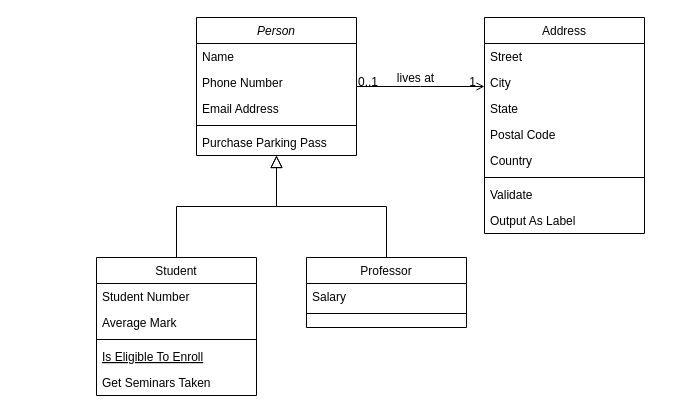
This is unq-po2-TemplateMethod-sueldosRecargados.drawio from nhubczyk/Diagramas-UML, a draw.io file, before an edit. Source tidied: cells renumbered, new cells numbered last; positions are measured from the earlier drawing's top-left corner, leaving out a move shared by most shapes. Both pictures are drawn from the tidied source at 100%, with x=0, y=0 at pixel (96, 17).
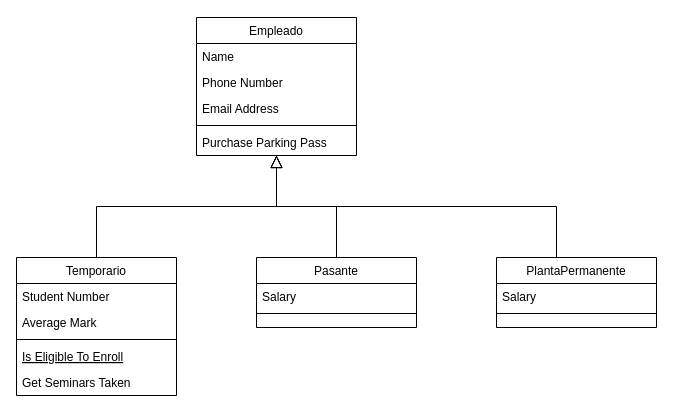
The same diagram, later.

Diff of the diagram source:
```diff
@@
-    <mxCell id="2" value="Person" style="swimlane;fontStyle=2;align=center;verticalAlign=top;horizontal=1;startSize=26;rounded=0;shadow=0;strokeWidth=1;" parent="1" vertex="1">
+    <mxCell id="2" value="Empleado" style="swimlane;fontStyle=0;align=center;verticalAlign=top;horizontal=1;startSize=26;rounded=0;shadow=0;strokeWidth=1;" parent="1" vertex="1">
       <mxGeometry x="100" width="160" height="138" as="geometry" />
     </mxCell>
@@
-    <mxCell id="8" value="Student" style="swimlane;fontStyle=0;align=center;verticalAlign=top;horizontal=1;startSize=26;rounded=0;shadow=0;strokeWidth=1;" parent="1" vertex="1">
-      <mxGeometry y="240" width="160" height="138" as="geometry" />
+    <mxCell id="8" value="Temporario" style="swimlane;fontStyle=0;align=center;verticalAlign=top;horizontal=1;startSize=26;rounded=0;shadow=0;strokeWidth=1;" parent="1" vertex="1">
+      <mxGeometry x="-80" y="240" width="160" height="138" as="geometry" />
     </mxCell>
@@
-    <mxCell id="15" value="Professor" style="swimlane;fontStyle=0;align=center;verticalAlign=top;horizontal=1;startSize=26;rounded=0;shadow=0;strokeWidth=1;" parent="1" vertex="1">
-      <mxGeometry x="210" y="240" width="160" height="70" as="geometry" />
+    <mxCell id="15" value="Pasante" style="swimlane;fontStyle=0;align=center;verticalAlign=top;horizontal=1;startSize=26;rounded=0;shadow=0;strokeWidth=1;" parent="1" vertex="1">
+      <mxGeometry x="160" y="240" width="160" height="70" as="geometry" />
     </mxCell>
@@
-    <mxCell id="19" value="Address" style="swimlane;fontStyle=0;align=center;verticalAlign=top;horizontal=1;startSize=26;rounded=0;shadow=0;strokeWidth=1;" parent="1" vertex="1">
-      <mxGeometry x="388" width="160" height="216" as="geometry" />
-    </mxCell>
-    <mxCell id="20" value="Street" style="text;align=left;verticalAlign=top;spacingLeft=4;spacingRight=4;overflow=hidden;" parent="19" vertex="1">
-      <mxGeometry y="26" width="160" height="26" as="geometry" />
-    </mxCell>
-    <mxCell id="21" value="City" style="text;align=left;verticalAlign=top;spacingLeft=4;spacingRight=4;overflow=hidden;rounded=0;shadow=0;html=0;" parent="19" vertex="1">
-      <mxGeometry y="52" width="160" height="26" as="geometry" />
-    </mxCell>
-    <mxCell id="22" value="State" style="text;align=left;verticalAlign=top;spacingLeft=4;spacingRight=4;overflow=hidden;rounded=0;shadow=0;html=0;" parent="19" vertex="1">
-      <mxGeometry y="78" width="160" height="26" as="geometry" />
-    </mxCell>
-    <mxCell id="23" value="Postal Code" style="text;align=left;verticalAlign=top;spacingLeft=4;spacingRight=4;overflow=hidden;rounded=0;shadow=0;html=0;" parent="19" vertex="1">
-      <mxGeometry y="104" width="160" height="26" as="geometry" />
-    </mxCell>
-    <mxCell id="24" value="Country" style="text;align=left;verticalAlign=top;spacingLeft=4;spacingRight=4;overflow=hidden;rounded=0;shadow=0;html=0;" parent="19" vertex="1">
-      <mxGeometry y="130" width="160" height="26" as="geometry" />
-    </mxCell>
-    <mxCell id="25" style="line;html=1;strokeWidth=1;align=left;verticalAlign=middle;spacingTop=-1;spacingLeft=3;spacingRight=3;labelPosition=right;" parent="19" vertex="1">
-      <mxGeometry y="156" width="160" height="8" as="geometry" />
-    </mxCell>
-    <mxCell id="26" value="Validate" style="text;align=left;verticalAlign=top;spacingLeft=4;spacingRight=4;overflow=hidden;" parent="19" vertex="1">
-      <mxGeometry y="164" width="160" height="26" as="geometry" />
-    </mxCell>
-    <mxCell id="27" value="Output As Label" style="text;align=left;verticalAlign=top;spacingLeft=4;spacingRight=4;overflow=hidden;" parent="19" vertex="1">
-      <mxGeometry y="190" width="160" height="26" as="geometry" />
-    </mxCell>
-    <mxCell id="28" style="endArrow=open;shadow=0;strokeWidth=1;rounded=0;endFill=1;edgeStyle=elbowEdgeStyle;elbow=vertical;" parent="1" edge="1" source="2" target="19">
-      <mxGeometry x="0.5" y="41" relative="1" as="geometry">
-        <mxPoint x="-40" y="32" as="offset" />
-      </mxGeometry>
-    </mxCell>
-    <mxCell id="29" value="0..1" style="align=left;verticalAlign=bottom;labelBackgroundColor=none;fontSize=12;" parent="28" vertex="1">
-      <mxGeometry x="-1" relative="1" as="geometry">
-        <mxPoint y="4" as="offset" />
-      </mxGeometry>
-    </mxCell>
-    <mxCell id="30" value="1" style="align=right;verticalAlign=bottom;labelBackgroundColor=none;fontSize=12;" parent="28" vertex="1">
-      <mxGeometry x="1" relative="1" as="geometry">
-        <mxPoint x="-7" y="4" as="offset" />
-      </mxGeometry>
-    </mxCell>
-    <mxCell id="31" value="lives at" style="text;html=1;align=center;verticalAlign=middle;labelBackgroundColor=none;rounded=0;shadow=0;strokeWidth=1;fontSize=12;" parent="28" vertex="1">
-      <mxGeometry x="0.5" y="49" relative="1" as="geometry">
-        <mxPoint x="-38" y="40" as="offset" />
-      </mxGeometry>
-    </mxCell>
+    <mxCell id="32" value="PlantaPermanente" style="swimlane;fontStyle=0;align=center;verticalAlign=top;horizontal=1;startSize=26;rounded=0;shadow=0;strokeWidth=1;" parent="1" vertex="1">
+      <mxGeometry x="400" y="240" width="160" height="70" as="geometry" />
+    </mxCell>
+    <mxCell id="33" value="Salary" style="text;align=left;verticalAlign=top;spacingLeft=4;spacingRight=4;overflow=hidden;" parent="32" vertex="1">
+      <mxGeometry y="26" width="160" height="26" as="geometry" />
+    </mxCell>
+    <mxCell id="34" style="line;html=1;strokeWidth=1;align=left;verticalAlign=middle;spacingTop=-1;spacingLeft=3;spacingRight=3;labelPosition=right;" parent="32" vertex="1">
+      <mxGeometry y="52" width="160" height="8" as="geometry" />
+    </mxCell>
+    <mxCell id="35" style="endArrow=block;endSize=10;endFill=0;shadow=0;strokeWidth=1;rounded=0;edgeStyle=elbowEdgeStyle;elbow=vertical;" parent="1" edge="1">
+      <mxGeometry relative="1" as="geometry">
+        <mxPoint x="460" y="240" as="sourcePoint" />
+        <mxPoint x="180" y="138" as="targetPoint" />
+      </mxGeometry>
+    </mxCell>
```
